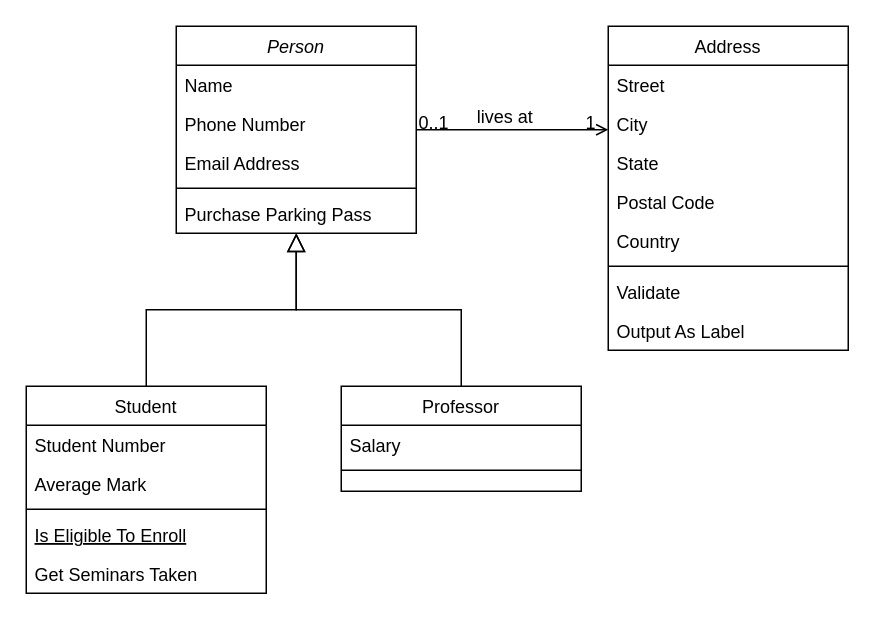
This is diagrama_sistema.drawio from ravisousag/INE5605, a draw.io file, before an edit. Source tidied: cells renumbered, new cells numbered last; positions are measured from the earlier drawing's top-left corner, leaving out a move shared by most shapes. Both pictures are drawn from the tidied source at 150%, with x=0, y=0 at pixel (26, 26).
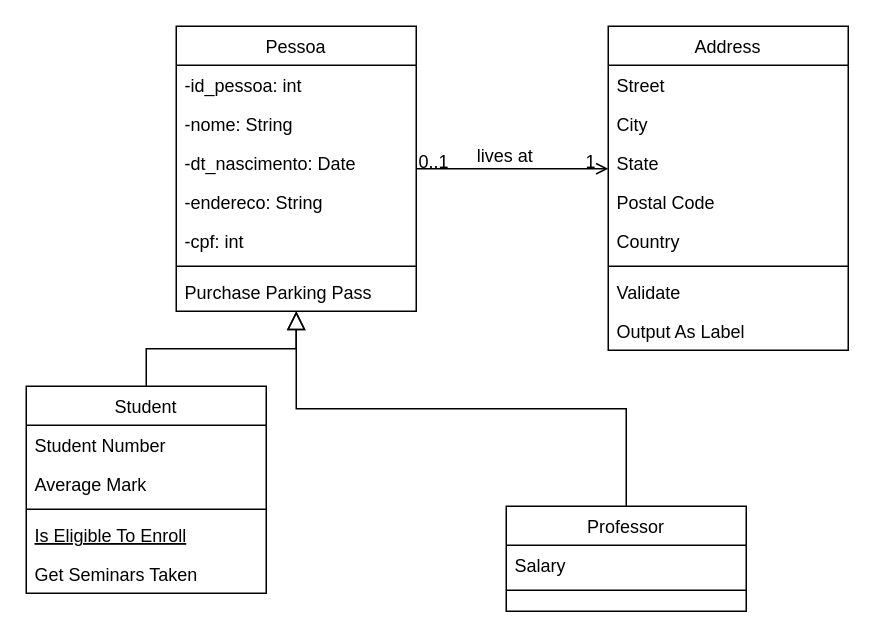
The same diagram, later.

Diff of the diagram source:
```diff
@@
-    <mxCell id="2" value="Person" style="swimlane;fontStyle=2;align=center;verticalAlign=top;horizontal=1;startSize=26;rounded=0;shadow=0;strokeWidth=1;" parent="1" vertex="1">
-      <mxGeometry x="100" width="160" height="138" as="geometry" />
+    <mxCell id="2" value="Pessoa" style="swimlane;fontStyle=0;align=center;verticalAlign=top;horizontal=1;startSize=26;rounded=0;shadow=0;strokeWidth=1;" parent="1" vertex="1">
+      <mxGeometry x="100" width="160" height="190" as="geometry" />
     </mxCell>
-    <mxCell id="3" value="Name" style="text;align=left;verticalAlign=top;spacingLeft=4;spacingRight=4;overflow=hidden;" parent="2" vertex="1">
+    <mxCell id="3" value="-id_pessoa: int" style="text;align=left;verticalAlign=top;spacingLeft=4;spacingRight=4;overflow=hidden;" parent="2" vertex="1">
       <mxGeometry y="26" width="160" height="26" as="geometry" />
     </mxCell>
+    <mxCell id="32" value="-nome: String" style="text;align=left;verticalAlign=top;spacingLeft=4;spacingRight=4;overflow=hidden;" parent="2" vertex="1">
+      <mxGeometry y="52" width="160" height="26" as="geometry" />
+    </mxCell>
-    <mxCell id="4" value="Phone Number" style="text;align=left;verticalAlign=top;spacingLeft=4;spacingRight=4;overflow=hidden;rounded=0;shadow=0;html=0;" parent="2" vertex="1">
-      <mxGeometry y="52" width="160" height="26" as="geometry" />
+    <mxCell id="4" value="-dt_nascimento: Date" style="text;align=left;verticalAlign=top;spacingLeft=4;spacingRight=4;overflow=hidden;rounded=0;shadow=0;html=0;" parent="2" vertex="1">
+      <mxGeometry y="78" width="160" height="26" as="geometry" />
     </mxCell>
+    <mxCell id="33" value="-endereco: String" style="text;align=left;verticalAlign=top;spacingLeft=4;spacingRight=4;overflow=hidden;rounded=0;shadow=0;html=0;" parent="2" vertex="1">
+      <mxGeometry y="104" width="160" height="26" as="geometry" />
+    </mxCell>
-    <mxCell id="5" value="Email Address" style="text;align=left;verticalAlign=top;spacingLeft=4;spacingRight=4;overflow=hidden;rounded=0;shadow=0;html=0;" parent="2" vertex="1">
-      <mxGeometry y="78" width="160" height="26" as="geometry" />
+    <mxCell id="5" value="-cpf: int" style="text;align=left;verticalAlign=top;spacingLeft=4;spacingRight=4;overflow=hidden;rounded=0;shadow=0;html=0;" parent="2" vertex="1">
+      <mxGeometry y="130" width="160" height="26" as="geometry" />
     </mxCell>
     <mxCell id="6" style="line;html=1;strokeWidth=1;align=left;verticalAlign=middle;spacingTop=-1;spacingLeft=3;spacingRight=3;labelPosition=right;" parent="2" vertex="1">
-      <mxGeometry y="104" width="160" height="8" as="geometry" />
+      <mxGeometry y="156" width="160" height="8" as="geometry" />
     </mxCell>
     <mxCell id="7" value="Purchase Parking Pass" style="text;align=left;verticalAlign=top;spacingLeft=4;spacingRight=4;overflow=hidden;" parent="2" vertex="1">
-      <mxGeometry y="112" width="160" height="26" as="geometry" />
+      <mxGeometry y="164" width="160" height="26" as="geometry" />
     </mxCell>
@@
     <mxCell id="15" value="Professor" style="swimlane;fontStyle=0;align=center;verticalAlign=top;horizontal=1;startSize=26;rounded=0;shadow=0;strokeWidth=1;" parent="1" vertex="1">
-      <mxGeometry x="210" y="240" width="160" height="70" as="geometry" />
+      <mxGeometry x="320" y="320" width="160" height="70" as="geometry" />
     </mxCell>
```
